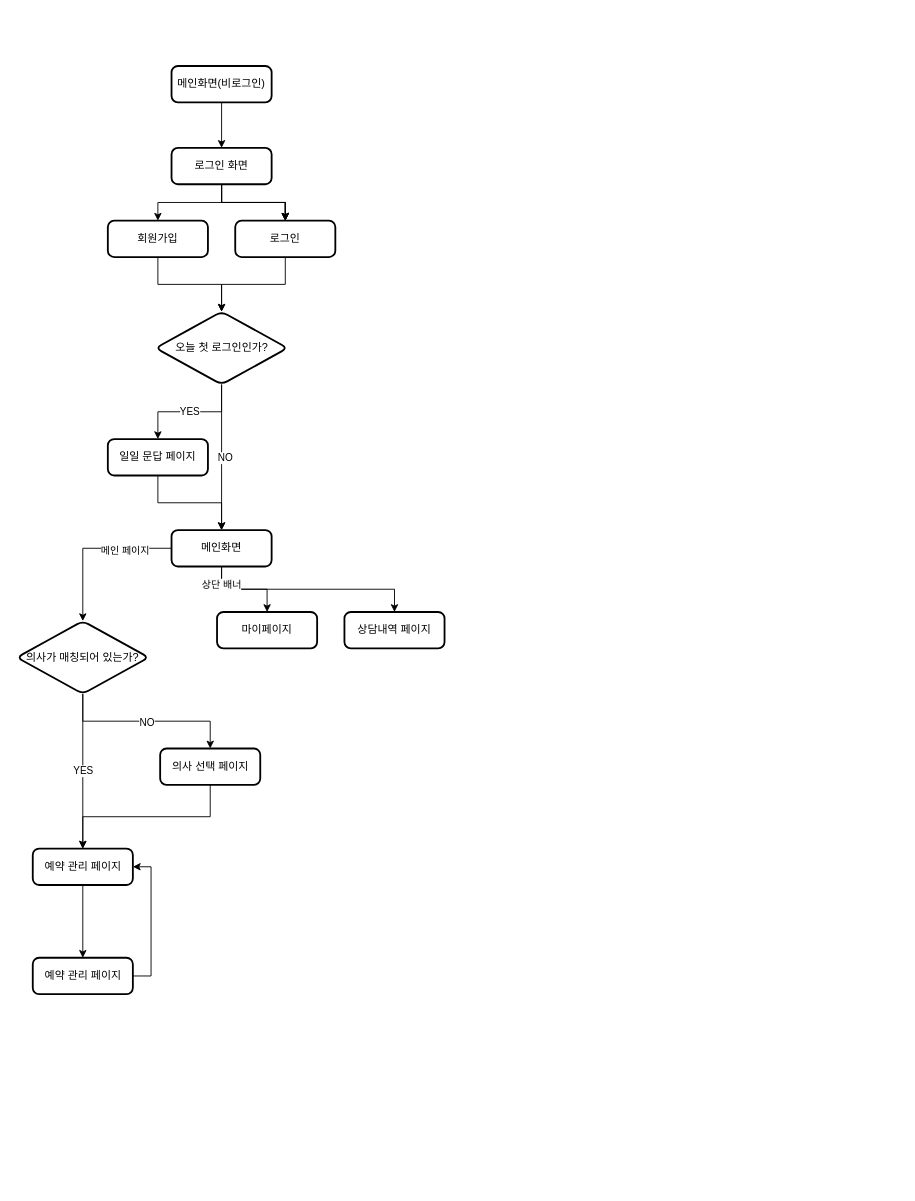
This is Untitled Diagram.drawio from 2021-Paas-ta-CDRS/BlueEraser_be, a draw.io file, before an edit. Source tidied: cells renumbered, new cells numbered last; positions are measured from the earlier drawing's top-left corner, leaving out a move shared by most shapes. Both pictures are drawn from the tidied source at 91%, with x=0, y=0 at pixel (16, 66).
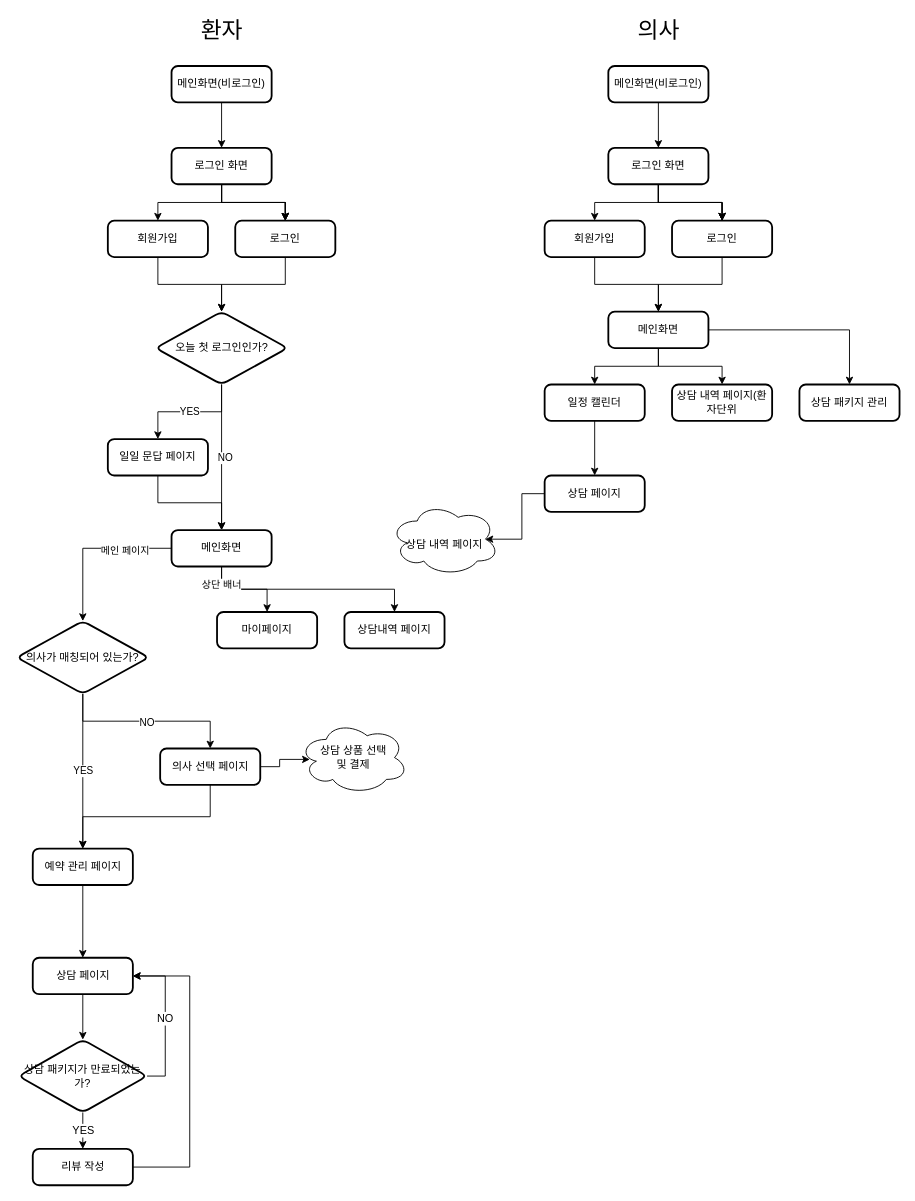
Above is the later version.

Commit message:
ADD: 의사 페이지 추가

Unchanged cells that the change refers to:
```xml
<mxCell id="30" value="예약 관리 페이지" style="rounded=1;whiteSpace=wrap;html=1;absoluteArcSize=1;arcSize=14;strokeWidth=2;" parent="1" vertex="1">
  <mxGeometry x="17.5" y="860" width="110" height="40" as="geometry" />
</mxCell>
<mxCell id="32" value="의사 선택 페이지" style="rounded=1;whiteSpace=wrap;html=1;absoluteArcSize=1;arcSize=14;strokeWidth=2;" parent="1" vertex="1">
  <mxGeometry x="157.5" y="750" width="110" height="40" as="geometry" />
</mxCell>
```

The edit, as a diff of the source:
```diff
@@
+    <mxCell id="37" style="edgeStyle=orthogonalEdgeStyle;rounded=0;jettySize=auto;html=1;exitX=1;exitY=0.5;exitDx=0;exitDy=0;entryX=0.1;entryY=0.525;entryDx=0;entryDy=0;entryPerimeter=0;fontSize=12;" parent="1" edge="1" source="32" target="63">
+      <mxGeometry relative="1" as="geometry" />
+    </mxCell>
@@
-    <mxCell id="35" style="edgeStyle=orthogonalEdgeStyle;rounded=0;jettySize=auto;html=1;exitX=1;exitY=0.5;exitDx=0;exitDy=0;entryX=1;entryY=0.5;entryDx=0;entryDy=0;" parent="1" edge="1" source="36" target="30">
-      <mxGeometry relative="1" as="geometry" />
-    </mxCell>
+    <mxCell id="38" style="edgeStyle=orthogonalEdgeStyle;rounded=0;jettySize=auto;html=1;fontSize=12;" parent="1" edge="1" source="36" target="67">
+      <mxGeometry relative="1" as="geometry" />
+    </mxCell>
-    <mxCell id="36" value="예약 관리 페이지" style="rounded=1;whiteSpace=wrap;html=1;absoluteArcSize=1;arcSize=14;strokeWidth=2;" parent="1" vertex="1">
+    <mxCell id="36" value="상담 페이지" style="rounded=1;whiteSpace=wrap;html=1;absoluteArcSize=1;arcSize=14;strokeWidth=2;" parent="1" vertex="1">
       <mxGeometry x="17.5" y="980" width="110" height="40" as="geometry" />
     </mxCell>
+    <mxCell id="39" value="&lt;font style=&quot;font-size: 25px&quot;&gt;환자&lt;/font&gt;" style="text;html=1;align=center;verticalAlign=middle;strokeColor=none;fillColor=none;" parent="1" vertex="1">
+      <mxGeometry x="195" y="-50" width="60" height="20" as="geometry" />
+    </mxCell>
+    <mxCell id="40" style="edgeStyle=orthogonalEdgeStyle;rounded=0;jettySize=auto;html=1;" parent="1" edge="1" source="45" target="47">
+      <mxGeometry relative="1" as="geometry" />
+    </mxCell>
+    <mxCell id="41" style="edgeStyle=orthogonalEdgeStyle;rounded=0;jettySize=auto;html=1;" parent="1" edge="1" source="45" target="47">
+      <mxGeometry relative="1" as="geometry" />
+    </mxCell>
+    <mxCell id="42" style="edgeStyle=orthogonalEdgeStyle;rounded=0;jettySize=auto;html=1;" parent="1" edge="1" source="45" target="47">
+      <mxGeometry relative="1" as="geometry" />
+    </mxCell>
+    <mxCell id="43" style="edgeStyle=orthogonalEdgeStyle;rounded=0;jettySize=auto;html=1;" parent="1" edge="1" source="45" target="47">
+      <mxGeometry relative="1" as="geometry" />
+    </mxCell>
+    <mxCell id="44" style="edgeStyle=orthogonalEdgeStyle;rounded=0;jettySize=auto;html=1;" parent="1" edge="1" source="45" target="49">
+      <mxGeometry relative="1" as="geometry" />
+    </mxCell>
+    <mxCell id="45" value="로그인 화면" style="rounded=1;whiteSpace=wrap;html=1;absoluteArcSize=1;arcSize=14;strokeWidth=2;" parent="1" vertex="1">
+      <mxGeometry x="650" y="90" width="110" height="40" as="geometry" />
+    </mxCell>
+    <mxCell id="46" style="edgeStyle=orthogonalEdgeStyle;rounded=0;jettySize=auto;html=1;entryX=0.5;entryY=0;entryDx=0;entryDy=0;" parent="1" edge="1" source="47" target="56">
+      <mxGeometry relative="1" as="geometry" />
+    </mxCell>
+    <mxCell id="47" value="로그인" style="rounded=1;whiteSpace=wrap;html=1;absoluteArcSize=1;arcSize=14;strokeWidth=2;" parent="1" vertex="1">
+      <mxGeometry x="720" y="170" width="110" height="40" as="geometry" />
+    </mxCell>
+    <mxCell id="48" style="edgeStyle=orthogonalEdgeStyle;rounded=0;jettySize=auto;html=1;entryX=0.5;entryY=0;entryDx=0;entryDy=0;" parent="1" edge="1" source="49" target="56">
+      <mxGeometry relative="1" as="geometry" />
+    </mxCell>
+    <mxCell id="49" value="회원가입" style="rounded=1;whiteSpace=wrap;html=1;absoluteArcSize=1;arcSize=14;strokeWidth=2;" parent="1" vertex="1">
+      <mxGeometry x="580" y="170" width="110" height="40" as="geometry" />
+    </mxCell>
+    <mxCell id="50" style="edgeStyle=orthogonalEdgeStyle;rounded=0;jettySize=auto;html=1;" parent="1" edge="1" source="51" target="45">
+      <mxGeometry relative="1" as="geometry" />
+    </mxCell>
+    <mxCell id="51" value="메인화면(비로그인)" style="rounded=1;whiteSpace=wrap;html=1;absoluteArcSize=1;arcSize=14;strokeWidth=2;" parent="1" vertex="1">
+      <mxGeometry x="650" width="110" height="40" as="geometry" />
+    </mxCell>
+    <mxCell id="52" value="&lt;font style=&quot;font-size: 25px&quot;&gt;의사&lt;/font&gt;" style="text;html=1;align=center;verticalAlign=middle;strokeColor=none;fillColor=none;" parent="1" vertex="1">
+      <mxGeometry x="675" y="-50" width="60" height="20" as="geometry" />
+    </mxCell>
+    <mxCell id="53" style="edgeStyle=orthogonalEdgeStyle;rounded=0;jettySize=auto;html=1;fontSize=25;" parent="1" edge="1" source="56" target="58">
+      <mxGeometry relative="1" as="geometry" />
+    </mxCell>
+    <mxCell id="54" style="edgeStyle=orthogonalEdgeStyle;rounded=0;jettySize=auto;html=1;fontSize=25;" parent="1" edge="1" source="56" target="59">
+      <mxGeometry relative="1" as="geometry" />
+    </mxCell>
+    <mxCell id="55" style="edgeStyle=orthogonalEdgeStyle;rounded=0;jettySize=auto;html=1;fontSize=12;" parent="1" edge="1" source="56" target="64">
+      <mxGeometry relative="1" as="geometry" />
+    </mxCell>
+    <mxCell id="56" value="메인화면" style="rounded=1;whiteSpace=wrap;html=1;absoluteArcSize=1;arcSize=14;strokeWidth=2;" parent="1" vertex="1">
+      <mxGeometry x="650" y="270" width="110" height="40" as="geometry" />
+    </mxCell>
+    <mxCell id="57" style="edgeStyle=orthogonalEdgeStyle;rounded=0;jettySize=auto;html=1;fontSize=25;" parent="1" edge="1" source="58" target="61">
+      <mxGeometry relative="1" as="geometry" />
+    </mxCell>
+    <mxCell id="58" value="일정 캘린더" style="rounded=1;whiteSpace=wrap;html=1;absoluteArcSize=1;arcSize=14;strokeWidth=2;" parent="1" vertex="1">
+      <mxGeometry x="580" y="350" width="110" height="40" as="geometry" />
+    </mxCell>
+    <mxCell id="59" value="상담 내역 페이지(환자단위" style="rounded=1;whiteSpace=wrap;html=1;absoluteArcSize=1;arcSize=14;strokeWidth=2;" parent="1" vertex="1">
+      <mxGeometry x="720" y="350" width="110" height="40" as="geometry" />
+    </mxCell>
+    <mxCell id="60" style="edgeStyle=orthogonalEdgeStyle;rounded=0;jettySize=auto;html=1;exitX=0;exitY=0.5;exitDx=0;exitDy=0;entryX=0.875;entryY=0.5;entryDx=0;entryDy=0;entryPerimeter=0;fontSize=25;" parent="1" edge="1" source="61" target="62">
+      <mxGeometry relative="1" as="geometry" />
+    </mxCell>
+    <mxCell id="61" value="상담 페이지" style="rounded=1;whiteSpace=wrap;html=1;absoluteArcSize=1;arcSize=14;strokeWidth=2;" parent="1" vertex="1">
+      <mxGeometry x="580" y="450" width="110" height="40" as="geometry" />
+    </mxCell>
+    <mxCell id="62" value="&lt;font style=&quot;font-size: 12px&quot;&gt;상담 내역 페이지&lt;/font&gt;" style="ellipse;shape=cloud;whiteSpace=wrap;html=1;fontSize=25;" parent="1" vertex="1">
+      <mxGeometry x="410" y="480" width="120" height="80" as="geometry" />
+    </mxCell>
+    <mxCell id="63" value="상담 상품 선택&lt;br&gt;및 결제" style="ellipse;shape=cloud;whiteSpace=wrap;html=1;fontSize=12;" parent="1" vertex="1">
+      <mxGeometry x="310" y="720" width="120" height="80" as="geometry" />
+    </mxCell>
+    <mxCell id="64" value="상담 패키지 관리" style="rounded=1;whiteSpace=wrap;html=1;absoluteArcSize=1;arcSize=14;strokeWidth=2;" parent="1" vertex="1">
+      <mxGeometry x="860" y="350" width="110" height="40" as="geometry" />
+    </mxCell>
+    <mxCell id="65" value="YES" style="edgeStyle=orthogonalEdgeStyle;rounded=0;jettySize=auto;html=1;fontSize=12;" parent="1" edge="1" source="67" target="69">
+      <mxGeometry relative="1" as="geometry" />
+    </mxCell>
+    <mxCell id="66" value="NO" style="edgeStyle=orthogonalEdgeStyle;rounded=0;jettySize=auto;html=1;exitX=1;exitY=0.5;exitDx=0;exitDy=0;entryX=1;entryY=0.5;entryDx=0;entryDy=0;fontSize=12;" parent="1" edge="1" source="67" target="36">
+      <mxGeometry relative="1" as="geometry" />
+    </mxCell>
+    <mxCell id="67" value="상담 패키지가 만료되었는가?" style="rhombus;whiteSpace=wrap;html=1;rounded=1;strokeWidth=2;arcSize=14;" parent="1" vertex="1">
+      <mxGeometry x="1.9" y="1070" width="141.2" height="80" as="geometry" />
+    </mxCell>
+    <mxCell id="68" style="edgeStyle=orthogonalEdgeStyle;rounded=0;jettySize=auto;html=1;exitX=1;exitY=0.5;exitDx=0;exitDy=0;entryX=1;entryY=0.5;entryDx=0;entryDy=0;fontSize=12;" parent="1" edge="1" source="69" target="36">
+      <mxGeometry relative="1" as="geometry">
+        <Array as="points">
+          <mxPoint x="190" y="1210" />
+          <mxPoint x="190" y="1000" />
+        </Array>
+      </mxGeometry>
+    </mxCell>
+    <mxCell id="69" value="리뷰 작성" style="rounded=1;whiteSpace=wrap;html=1;absoluteArcSize=1;arcSize=14;strokeWidth=2;" parent="1" vertex="1">
+      <mxGeometry x="17.5" y="1190" width="110" height="40" as="geometry" />
+    </mxCell>
```
